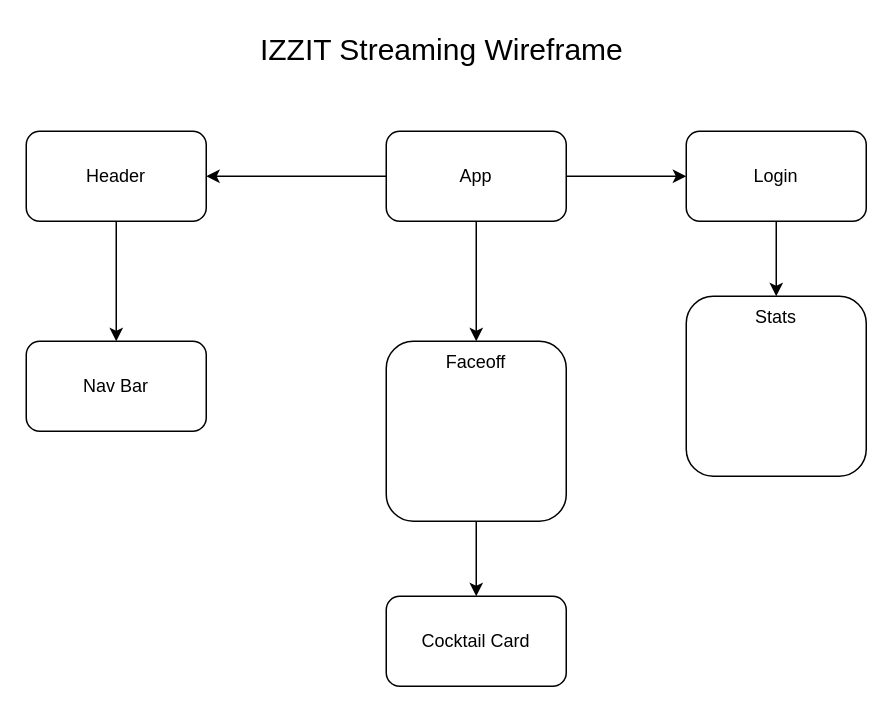
Earlier version of the draw.io diagram frontend.drawio (setlock10/phase4-cocktail-faceoff). Source tidied: cells renumbered, new cells numbered last; positions are measured from the earlier drawing's top-left corner, leaving out a move shared by most shapes. Both pictures are drawn from the tidied source at 150%, with x=0, y=0 at pixel (26, 26).
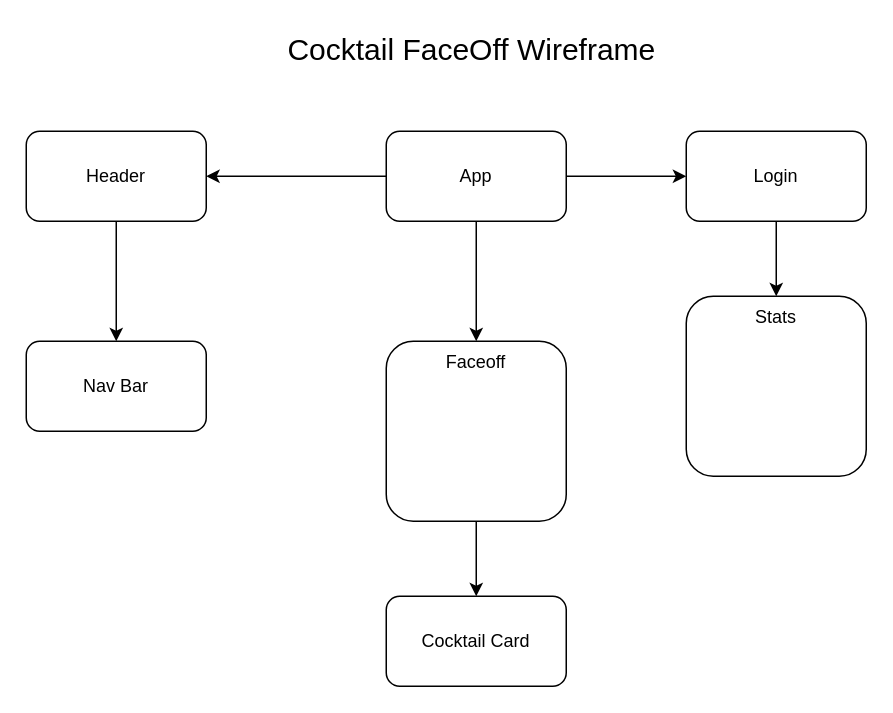
The same diagram, later.

Change to the diagram source:
```diff
@@
 <mxGraphModel>
   <root>
     <mxCell id="0" />
     <mxCell id="1" parent="0" />
     <mxCell id="2" style="edgeStyle=none;html=1;exitX=0.5;exitY=1;exitDx=0;exitDy=0;entryX=0.5;entryY=0;entryDx=0;entryDy=0;" parent="1" edge="1" source="15" target="6">
       <mxGeometry relative="1" as="geometry" />
     </mxCell>
     <mxCell id="3" style="edgeStyle=none;html=1;" parent="1" edge="1" source="5" target="8">
       <mxGeometry relative="1" as="geometry" />
     </mxCell>
     <mxCell id="4" style="edgeStyle=none;html=1;" parent="1" edge="1" source="5" target="15">
       <mxGeometry relative="1" as="geometry" />
     </mxCell>
     <mxCell id="5" value="App" style="rounded=1;whiteSpace=wrap;html=1;" parent="1" vertex="1">
       <mxGeometry x="240" y="70" width="120" height="60" as="geometry" />
     </mxCell>
     <mxCell id="6" value="Stats" style="whiteSpace=wrap;html=1;rounded=1;verticalAlign=top;" parent="1" vertex="1">
       <mxGeometry x="440" y="180" width="120" height="120" as="geometry" />
     </mxCell>
     <mxCell id="7" style="edgeStyle=none;html=1;" parent="1" edge="1" source="8" target="9">
       <mxGeometry relative="1" as="geometry" />
     </mxCell>
     <mxCell id="8" value="&lt;span&gt;Header&lt;/span&gt;" style="whiteSpace=wrap;html=1;rounded=1;" parent="1" vertex="1">
       <mxGeometry y="70" width="120" height="60" as="geometry" />
     </mxCell>
     <mxCell id="9" value="Nav Bar" style="whiteSpace=wrap;html=1;rounded=1;" parent="1" vertex="1">
       <mxGeometry y="210" width="120" height="60" as="geometry" />
     </mxCell>
     <mxCell id="10" style="edgeStyle=none;html=1;" parent="1" edge="1" source="11" target="14">
       <mxGeometry relative="1" as="geometry" />
     </mxCell>
     <mxCell id="11" value="Faceoff" style="whiteSpace=wrap;html=1;rounded=1;verticalAlign=top;" parent="1" vertex="1">
       <mxGeometry x="240" y="210" width="120" height="120" as="geometry" />
     </mxCell>
     <mxCell id="12" style="endArrow=classic;html=1;entryX=0.5;entryY=0;entryDx=0;entryDy=0;exitX=0.5;exitY=1;exitDx=0;exitDy=0;" parent="1" edge="1" source="5" target="11">
       <mxGeometry relative="1" as="geometry" />
     </mxCell>
     <mxCell id="13" style="edgeStyle=none;html=1;exitX=0.75;exitY=1;exitDx=0;exitDy=0;" parent="1" edge="1" target="11">
       <mxGeometry relative="1" as="geometry">
         <mxPoint x="300" y="330" as="sourcePoint" />
       </mxGeometry>
     </mxCell>
     <mxCell id="14" value="Cocktail Card" style="whiteSpace=wrap;html=1;verticalAlign=middle;rounded=1;" parent="1" vertex="1">
       <mxGeometry x="240" y="380" width="120" height="60" as="geometry" />
     </mxCell>
     <mxCell id="15" value="Login" style="whiteSpace=wrap;html=1;rounded=1;" parent="1" vertex="1">
       <mxGeometry x="440" y="70" width="120" height="60" as="geometry" />
     </mxCell>
-    <mxCell id="16" value="IZZIT Streaming Wireframe&amp;nbsp;" style="text;html=1;strokeColor=none;fillColor=none;align=center;verticalAlign=middle;whiteSpace=wrap;rounded=0;fontSize=20;" parent="1" vertex="1">
-      <mxGeometry x="90" width="380" height="30" as="geometry" />
+    <mxCell id="16" value="Cocktail FaceOff Wireframe&amp;nbsp;" style="text;html=1;strokeColor=none;fillColor=none;align=center;verticalAlign=middle;whiteSpace=wrap;rounded=0;fontSize=20;" parent="1" vertex="1">
+      <mxGeometry x="110" width="380" height="30" as="geometry" />
     </mxCell>
   </root>
 </mxGraphModel>
```
